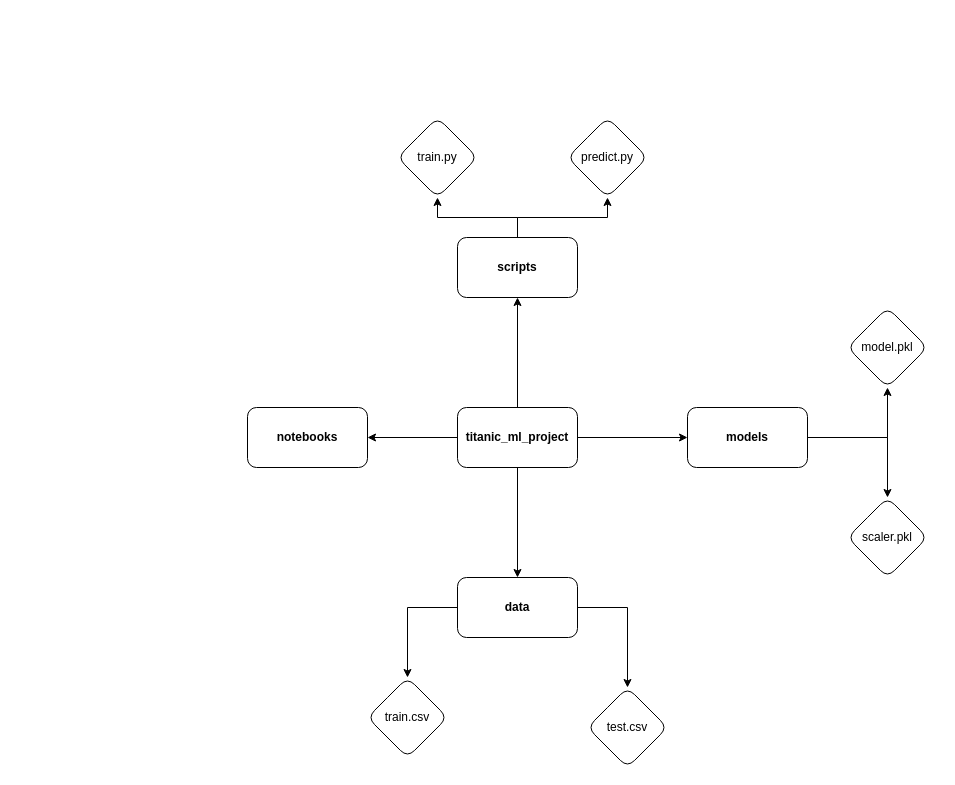
This is Titanic.drawio from initialllllll/TP1-Python-production-code, a draw.io file, before an edit. Source tidied: cells renumbered, new cells numbered last; positions are measured from the earlier drawing's top-left corner, leaving out a move shared by most shapes. Both pictures are drawn from the tidied source at 100%, with x=0, y=0 at pixel (247, 117).
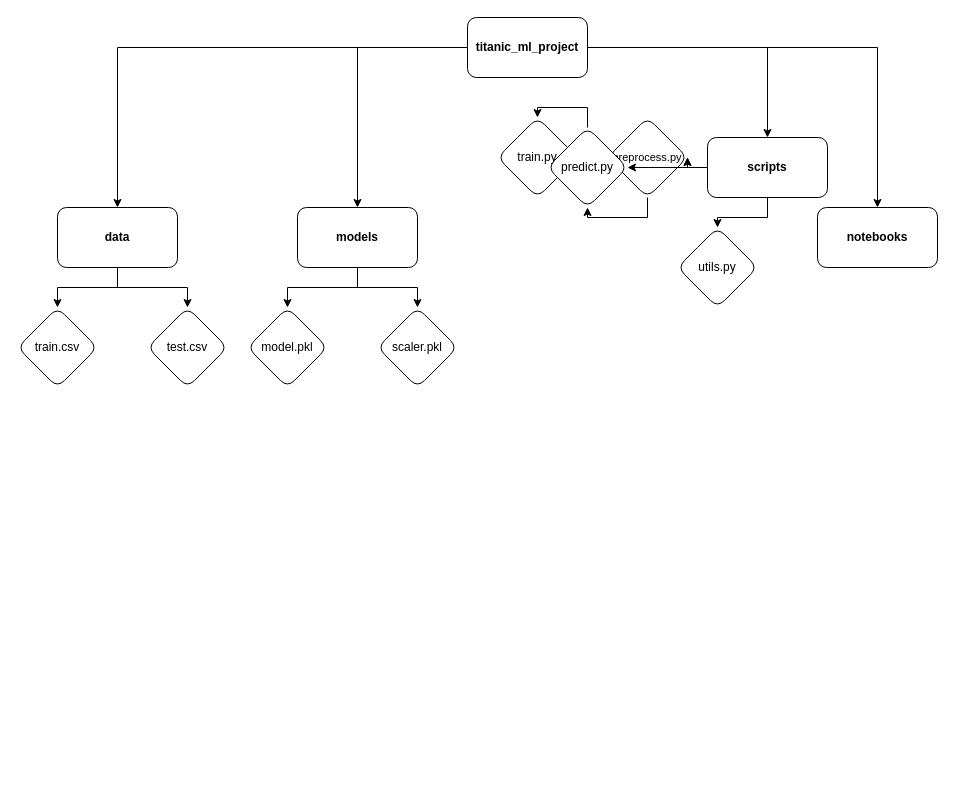
After the change.

The edit, as a diff of the source:
```diff
@@
     <mxCell id="6" value="&lt;h4&gt;titanic_ml_project&lt;/h4&gt;" style="rounded=1;whiteSpace=wrap;html=1;" parent="1" vertex="1">
-      <mxGeometry x="210" y="290" width="120" height="60" as="geometry" />
+      <mxGeometry x="220" y="-100" width="120" height="60" as="geometry" />
     </mxCell>
@@
     <mxCell id="9" value="&lt;h4&gt;data&lt;/h4&gt;" style="rounded=1;whiteSpace=wrap;html=1;" parent="1" vertex="1">
-      <mxGeometry x="210" y="460" width="120" height="60" as="geometry" />
+      <mxGeometry x="-190" y="90" width="120" height="60" as="geometry" />
     </mxCell>
@@
     <mxCell id="12" value="&lt;h4&gt;models&lt;/h4&gt;" style="rounded=1;whiteSpace=wrap;html=1;" parent="1" vertex="1">
-      <mxGeometry x="440" y="290" width="120" height="60" as="geometry" />
+      <mxGeometry x="50" y="90" width="120" height="60" as="geometry" />
     </mxCell>
-    <mxCell id="13" style="edgeStyle=orthogonalEdgeStyle;rounded=0;jettySize=auto;html=1;" parent="1" edge="1" source="15" target="21">
+    <mxCell id="13" style="edgeStyle=orthogonalEdgeStyle;rounded=0;jettySize=auto;html=1;" parent="1" edge="1" source="22" target="21">
       <mxGeometry relative="1" as="geometry" />
     </mxCell>
-    <mxCell id="14" style="edgeStyle=orthogonalEdgeStyle;rounded=0;jettySize=auto;html=1;" parent="1" edge="1" source="15" target="22">
+    <mxCell id="14" style="edgeStyle=orthogonalEdgeStyle;rounded=0;jettySize=auto;html=1;" parent="1" edge="1" source="27" target="22">
       <mxGeometry relative="1" as="geometry" />
     </mxCell>
+    <mxCell id="23" style="edgeStyle=orthogonalEdgeStyle;rounded=0;jettySize=auto;html=1;" parent="1" edge="1" source="15" target="27">
+      <mxGeometry relative="1" as="geometry" />
+    </mxCell>
+    <mxCell id="24" style="edgeStyle=orthogonalEdgeStyle;rounded=0;jettySize=auto;html=1;" parent="1" edge="1" source="15" target="25">
+      <mxGeometry relative="1" as="geometry" />
+    </mxCell>
     <mxCell id="15" value="&lt;h4&gt;scripts&lt;/h4&gt;" style="rounded=1;whiteSpace=wrap;html=1;" parent="1" vertex="1">
-      <mxGeometry x="210" y="120" width="120" height="60" as="geometry" />
+      <mxGeometry x="460" y="20" width="120" height="60" as="geometry" />
     </mxCell>
     <mxCell id="16" value="&lt;h4&gt;notebooks&lt;/h4&gt;" style="rounded=1;whiteSpace=wrap;html=1;" parent="1" vertex="1">
-      <mxGeometry y="290" width="120" height="60" as="geometry" />
+      <mxGeometry x="570" y="90" width="120" height="60" as="geometry" />
     </mxCell>
     <mxCell id="17" value="train.csv" style="rhombus;whiteSpace=wrap;html=1;rounded=1;" parent="1" vertex="1">
-      <mxGeometry x="120" y="560" width="80" height="80" as="geometry" />
+      <mxGeometry x="-230" y="190" width="80" height="80" as="geometry" />
     </mxCell>
     <mxCell id="18" value="test.csv" style="rhombus;whiteSpace=wrap;html=1;rounded=1;" parent="1" vertex="1">
-      <mxGeometry x="340" y="570" width="80" height="80" as="geometry" />
+      <mxGeometry x="-100" y="190" width="80" height="80" as="geometry" />
     </mxCell>
     <mxCell id="19" value="model.pkl" style="rhombus;whiteSpace=wrap;html=1;rounded=1;" parent="1" vertex="1">
-      <mxGeometry x="600" y="190" width="80" height="80" as="geometry" />
+      <mxGeometry y="190" width="80" height="80" as="geometry" />
     </mxCell>
     <mxCell id="20" value="scaler.pkl" style="rhombus;whiteSpace=wrap;html=1;rounded=1;" parent="1" vertex="1">
-      <mxGeometry x="600" y="380" width="80" height="80" as="geometry" />
+      <mxGeometry x="130" y="190" width="80" height="80" as="geometry" />
     </mxCell>
     <mxCell id="21" value="train.py" style="rhombus;whiteSpace=wrap;html=1;rounded=1;" parent="1" vertex="1">
-      <mxGeometry x="150" width="80" height="80" as="geometry" />
+      <mxGeometry x="250" width="80" height="80" as="geometry" />
     </mxCell>
+    <mxCell id="25" value="utils.py" style="rhombus;whiteSpace=wrap;html=1;rounded=1;" parent="1" vertex="1">
+      <mxGeometry x="430" y="110" width="80" height="80" as="geometry" />
+    </mxCell>
+    <mxCell id="26" style="edgeStyle=orthogonalEdgeStyle;rounded=0;jettySize=auto;html=1;" parent="1" edge="1" source="15" target="27">
+      <mxGeometry relative="1" as="geometry" />
+    </mxCell>
+    <mxCell id="27" value="&lt;font style=&quot;font-size: 11px;&quot;&gt;preprocess.py&lt;/font&gt;" style="rhombus;whiteSpace=wrap;html=1;rounded=1;" parent="1" vertex="1">
+      <mxGeometry x="360" width="80" height="80" as="geometry" />
+    </mxCell>
+    <mxCell id="28" style="edgeStyle=orthogonalEdgeStyle;rounded=0;jettySize=auto;html=1;" parent="1" edge="1" source="15" target="22">
+      <mxGeometry relative="1" as="geometry" />
+    </mxCell>
     <mxCell id="22" value="predict.py" style="rhombus;whiteSpace=wrap;html=1;rounded=1;" parent="1" vertex="1">
-      <mxGeometry x="320" width="80" height="80" as="geometry" />
+      <mxGeometry x="300" y="10" width="80" height="80" as="geometry" />
     </mxCell>
```
